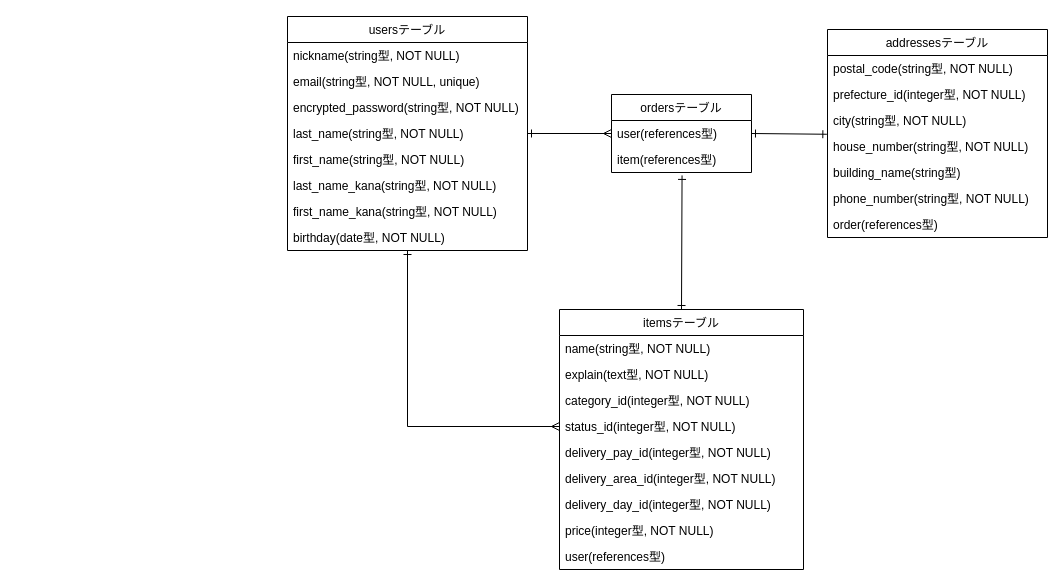
The draw.io diagram furima.dio in aniesanies/furima-31097, before the edit. Source tidied: cells renumbered, new cells numbered last; positions are measured from the earlier drawing's top-left corner, leaving out a move shared by most shapes. Both pictures are drawn from the tidied source at 100%, with x=0, y=0 at pixel (287, 16).
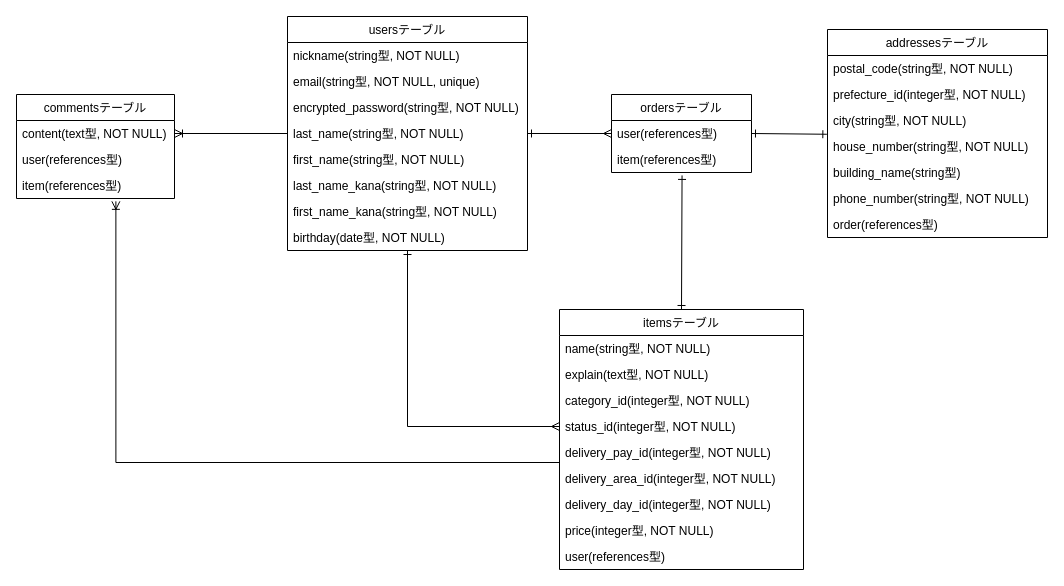
Above is the later version.

The change refers to these unchanged cells:
```xml
<mxCell id="16" value="delivery_pay_id(integer型, NOT NULL)" style="text;strokeColor=none;fillColor=none;align=left;verticalAlign=top;spacingLeft=4;spacingRight=4;overflow=hidden;points=[[0,0.5],[1,0.5]];portConstraint=eastwest;" parent="11" vertex="1">
  <mxGeometry y="130" width="244" height="26" as="geometry" />
</mxCell>
<mxCell id="30" value="last_name(string型, NOT NULL)" style="text;strokeColor=none;fillColor=none;align=left;verticalAlign=top;spacingLeft=4;spacingRight=4;overflow=hidden;points=[[0,0.5],[1,0.5]];portConstraint=eastwest;" parent="26" vertex="1">
  <mxGeometry y="104" width="240" height="26" as="geometry" />
</mxCell>
```

Change to the diagram source:
```diff
@@
+    <mxCell id="36" style="rounded=0;jettySize=auto;html=1;exitX=1;exitY=0.5;exitDx=0;exitDy=0;entryX=0;entryY=0.5;entryDx=0;entryDy=0;endArrow=none;endFill=0;startArrow=ERoneToMany;startFill=0;" parent="1" edge="1" source="38" target="30">
+      <mxGeometry relative="1" as="geometry" />
+    </mxCell>
+    <mxCell id="37" value="commentsテーブル" style="swimlane;fontStyle=0;horizontal=1;startSize=26;fillColor=none;" parent="1" vertex="1">
+      <mxGeometry x="-271" y="78" width="158" height="104" as="geometry" />
+    </mxCell>
+    <mxCell id="38" value="content(text型, NOT NULL)" style="text;strokeColor=none;fillColor=none;align=left;verticalAlign=top;spacingLeft=4;spacingRight=4;overflow=hidden;points=[[0,0.5],[1,0.5]];portConstraint=eastwest;" parent="37" vertex="1">
+      <mxGeometry y="26" width="158" height="26" as="geometry" />
+    </mxCell>
+    <mxCell id="39" value="user(references型)" style="text;strokeColor=none;fillColor=none;align=left;verticalAlign=top;spacingLeft=4;spacingRight=4;overflow=hidden;" parent="37" vertex="1">
+      <mxGeometry y="52" width="158" height="26" as="geometry" />
+    </mxCell>
+    <mxCell id="40" value="item(references型)" style="text;strokeColor=none;fillColor=none;align=left;verticalAlign=top;spacingLeft=4;spacingRight=4;overflow=hidden;points=[[0,0.5],[1,0.5]];portConstraint=eastwest;" parent="37" vertex="1">
+      <mxGeometry y="78" width="158" height="26" as="geometry" />
+    </mxCell>
+    <mxCell id="41" style="edgeStyle=orthogonalEdgeStyle;rounded=0;jettySize=auto;html=1;exitX=0.629;exitY=1.109;exitDx=0;exitDy=0;exitPerimeter=0;startArrow=ERoneToMany;startFill=0;endArrow=none;endFill=0;entryX=0;entryY=0.808;entryDx=0;entryDy=0;entryPerimeter=0;" parent="1" edge="1" source="40" target="16">
+      <mxGeometry relative="1" as="geometry">
+        <Array as="points">
+          <mxPoint x="-172" y="446" />
+          <mxPoint x="272" y="446" />
+        </Array>
+      </mxGeometry>
+    </mxCell>
```
